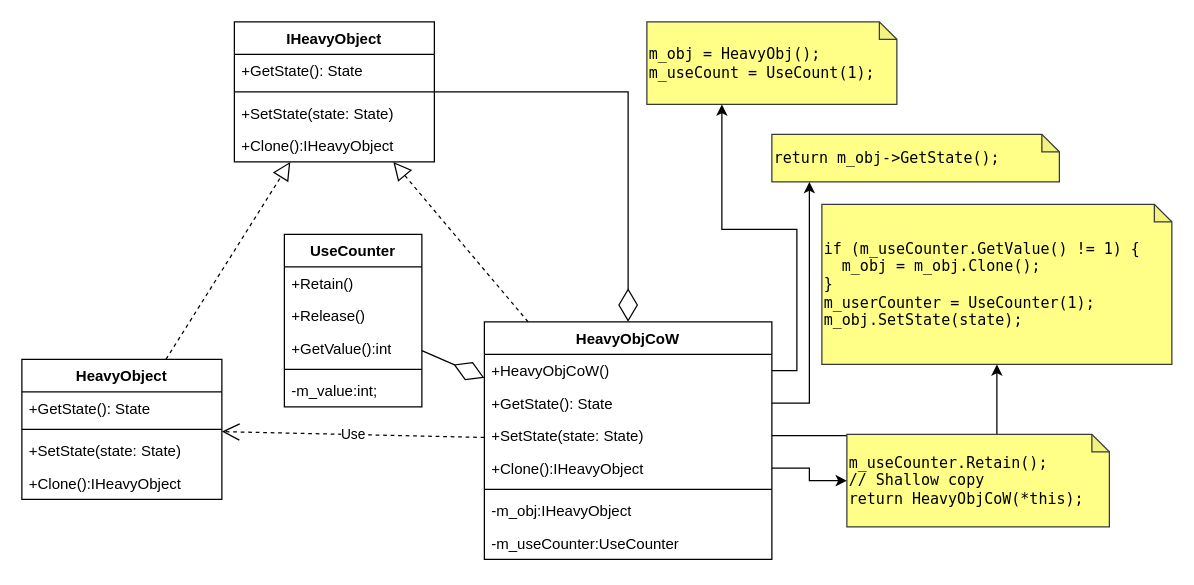
The draw.io diagram lectures/12.proxy/CowProxy.drawio in alexey-malov/ood, before the edit. Source tidied: cells renumbered, new cells numbered last; positions are measured from the earlier drawing's top-left corner, leaving out a move shared by most shapes. Both pictures are drawn from the tidied source at 125%, with x=0, y=0 at pixel (21, 21).
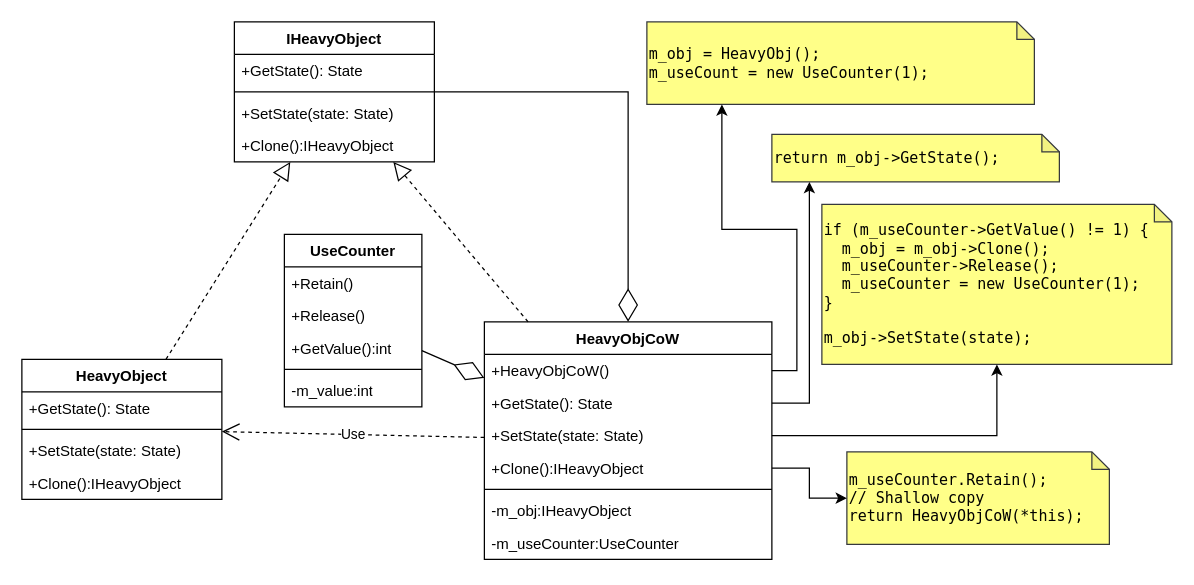
After the change.

Unchanged cells that the change refers to:
```xml
<mxCell id="23" value="UseCounter" style="swimlane;fontStyle=1;align=center;verticalAlign=top;horizontal=1;startSize=26;whiteSpace=wrap;html=1;" parent="1" vertex="1">
  <mxGeometry x="210" y="170" width="110" height="138" as="geometry" />
</mxCell>
```

What changed in the source:
```diff
@@
-    <mxCell id="28" value="-m_value:int;" style="text;strokeColor=none;fillColor=none;align=left;verticalAlign=top;spacingLeft=4;spacingRight=4;overflow=hidden;whiteSpace=wrap;html=1;" parent="23" vertex="1">
+    <mxCell id="28" value="-m_value:int" style="text;strokeColor=none;fillColor=none;align=left;verticalAlign=top;spacingLeft=4;spacingRight=4;overflow=hidden;whiteSpace=wrap;html=1;" parent="23" vertex="1">
       <mxGeometry y="112" width="110" height="26" as="geometry" />
     </mxCell>
@@
-    <mxCell id="32" value="if (m_useCounter.GetValue() != 1) {&lt;br&gt;&amp;nbsp; m_obj = m_obj.Clone();&lt;br&gt;}&lt;br&gt;m_userCounter = UseCounter(1);&lt;br&gt;m_obj.SetState(state);" style="shape=note;whiteSpace=wrap;html=1;backgroundOutline=1;darkOpacity=0.05;align=left;fillColor=#ffff88;strokeColor=#36393d;size=14;fontFamily=Lucida Console;" parent="1" vertex="1">
+    <mxCell id="32" value="if (m_useCounter-&amp;gt;GetValue() != 1) {&lt;br&gt;&amp;nbsp; m_obj = m_obj-&amp;gt;Clone();&lt;div&gt;&amp;nbsp; m_useCounter-&amp;gt;Release();&lt;/div&gt;&lt;div&gt;&amp;nbsp; m_useCounter = new UseCounter(1);&lt;br&gt;}&lt;div&gt;&lt;br&gt;m_obj-&amp;gt;SetState(state);&lt;/div&gt;&lt;/div&gt;" style="shape=note;whiteSpace=wrap;html=1;backgroundOutline=1;darkOpacity=0.05;align=left;fillColor=#ffff88;strokeColor=#36393d;size=14;fontFamily=Lucida Console;" parent="1" vertex="1">
       <mxGeometry x="640" y="146" width="280" height="128" as="geometry" />
     </mxCell>
@@
     <mxCell id="34" value="m_useCounter.Retain();&lt;br&gt;// Shallow copy&lt;br&gt;return HeavyObjCoW(*this);" style="shape=note;whiteSpace=wrap;html=1;backgroundOutline=1;darkOpacity=0.05;align=left;fillColor=#ffff88;strokeColor=#36393d;size=14;fontFamily=Lucida Console;" parent="1" vertex="1">
-      <mxGeometry x="660" y="330" width="210" height="74" as="geometry" />
+      <mxGeometry x="660" y="344" width="210" height="74" as="geometry" />
     </mxCell>
@@
-    <mxCell id="36" value="m_obj = HeavyObj();&lt;br&gt;m_useCount = UseCount(1);" style="shape=note;whiteSpace=wrap;html=1;backgroundOutline=1;darkOpacity=0.05;align=left;fillColor=#ffff88;strokeColor=#36393d;size=14;fontFamily=Lucida Console;" parent="1" vertex="1">
-      <mxGeometry x="500" width="200" height="66" as="geometry" />
+    <mxCell id="36" value="m_obj = HeavyObj();&lt;br&gt;m_useCount = new UseCounter(1);" style="shape=note;whiteSpace=wrap;html=1;backgroundOutline=1;darkOpacity=0.05;align=left;fillColor=#ffff88;strokeColor=#36393d;size=14;fontFamily=Lucida Console;" parent="1" vertex="1">
+      <mxGeometry x="500" width="310" height="66" as="geometry" />
     </mxCell>
```
